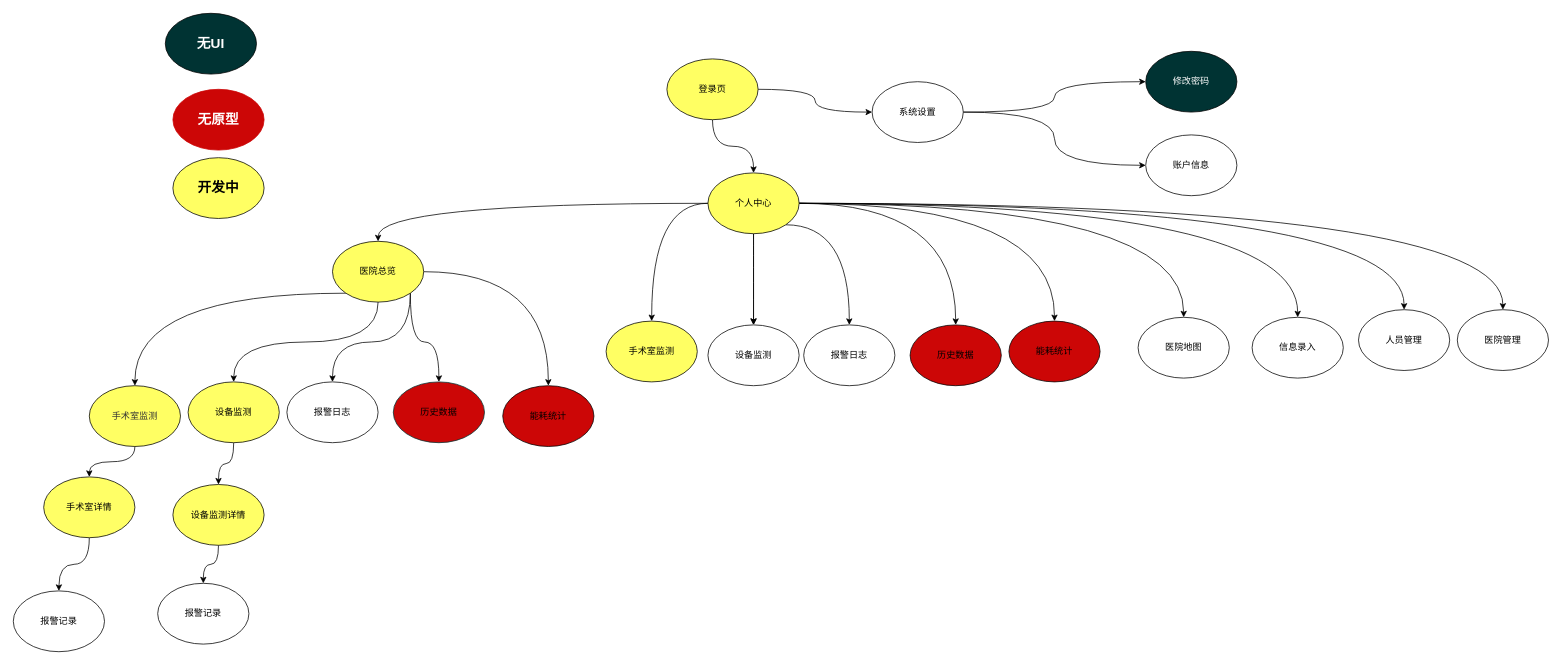
Earlier version of the draw.io diagram 未命名绘图.drawio (linround/2022). Source tidied: cells renumbered, new cells numbered last; positions are measured from the earlier drawing's top-left corner, leaving out a move shared by most shapes. Both pictures are drawn from the tidied source at 76%, with x=0, y=0 at pixel (13, 13).
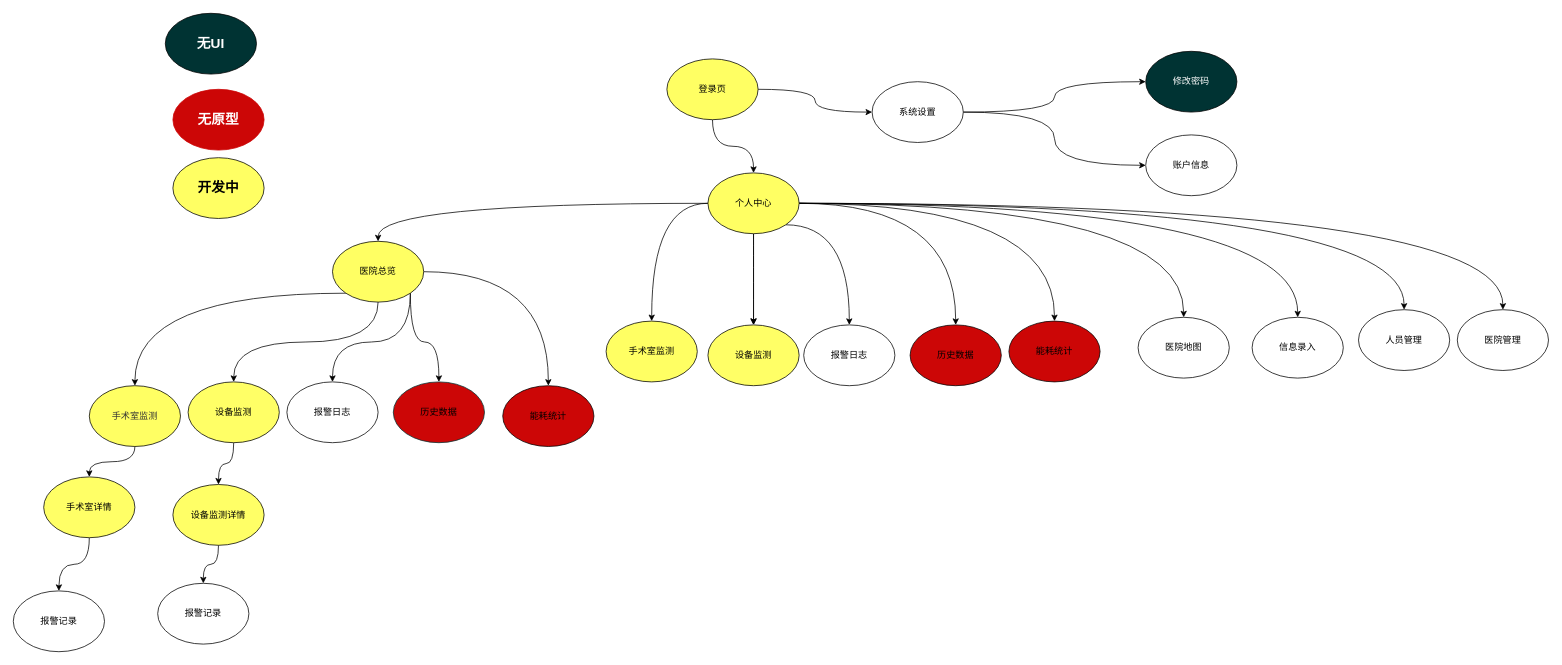
After the change.

Commit message:
更新未命名绘图.drawio

Diff of the diagram source:
```diff
@@
-    <mxCell id="35" value="设备监测" style="ellipse;whiteSpace=wrap;html=1;" parent="1" vertex="1">
+    <mxCell id="35" value="设备监测" style="ellipse;whiteSpace=wrap;html=1;fillColor=#FFFF66;" parent="1" vertex="1">
       <mxGeometry x="914" y="410" width="120" height="80" as="geometry" />
     </mxCell>
```
